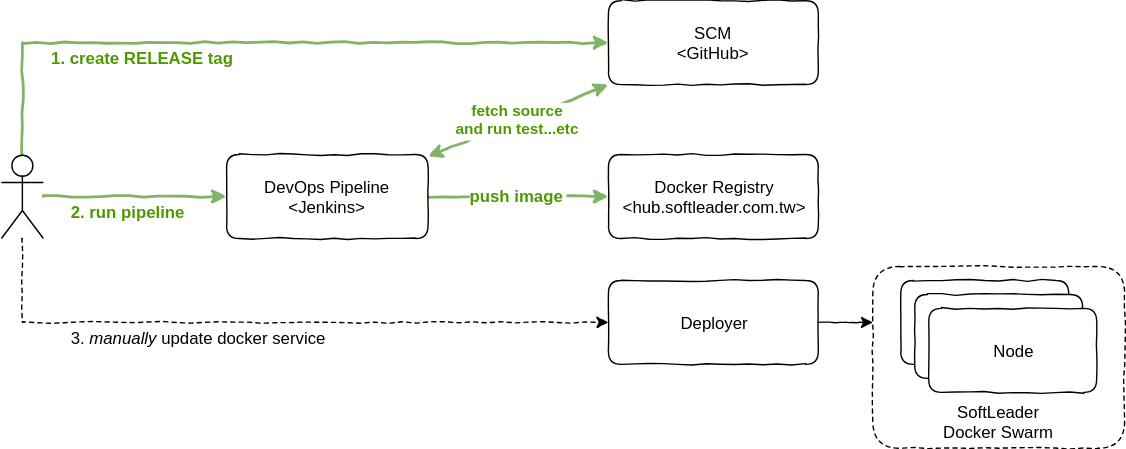
This is docs/command-release.svg from softleader/s2i, a draw.io export, as it was before one commit. Source tidied: cells renumbered, new cells last; positions are measured from the earlier drawing's top-left corner, leaving out a move shared by most shapes. Its diagram source:
```xml
<mxGraphModel>
  <root>
    <mxCell id="0" />
    <mxCell id="1" parent="0" />
    <mxCell id="2" style="rounded=0;jettySize=auto;entryX=0;entryY=0.5;entryDx=0;entryDy=0;fillColor=#d5e8d4;strokeColor=#82b366;strokeWidth=2;comic=1;" parent="1" edge="1" source="21" target="7">
      <mxGeometry relative="1" as="geometry" />
    </mxCell>
    <mxCell id="3" value="&lt;b&gt;&lt;font color=&quot;#4d9900&quot;&gt;2. run pipeline&lt;/font&gt;&lt;/b&gt;" style="text;html=1;align=center;verticalAlign=middle;labelBackgroundColor=#ffffff;" parent="2" vertex="1">
      <mxGeometry x="-0.08" relative="1" as="geometry">
        <mxPoint y="10" as="offset" />
      </mxGeometry>
    </mxCell>
    <mxCell id="4" value="fetch source&#10;and run test...etc" style="rounded=0;jettySize=auto;entryX=0;entryY=0.5;entryDx=0;entryDy=0;strokeWidth=2;startArrow=classic;startFill=1;fillColor=#d5e8d4;strokeColor=#82b366;comic=1;fontColor=#4D9900;fontStyle=1;" parent="1" edge="1" source="7">
      <mxGeometry relative="1" as="geometry">
        <mxPoint x="434" y="60" as="targetPoint" />
      </mxGeometry>
    </mxCell>
    <mxCell id="5" style="edgeStyle=none;rounded=0;jettySize=auto;startArrow=none;startFill=0;strokeWidth=2;fillColor=#d5e8d4;strokeColor=#82b366;comic=1;" parent="1" edge="1" source="7" target="9">
      <mxGeometry relative="1" as="geometry" />
    </mxCell>
    <mxCell id="6" value="push image" style="text;align=center;verticalAlign=middle;labelBackgroundColor=#ffffff;fontStyle=1;fontColor=#4D9900;" parent="5" vertex="1">
      <mxGeometry x="-0.3" y="3" relative="1" as="geometry">
        <mxPoint x="18" y="3" as="offset" />
      </mxGeometry>
    </mxCell>
    <mxCell id="7" value="DevOps Pipeline&#10;&lt;Jenkins&gt;" style="rounded=1;whiteSpace=wrap;comic=1;" parent="1" vertex="1">
      <mxGeometry x="161" y="110" width="144" height="60" as="geometry" />
    </mxCell>
    <mxCell id="8" value="SCM&#10;&lt;GitHub&gt;" style="rounded=1;whiteSpace=wrap;comic=1;" parent="1" vertex="1">
      <mxGeometry x="434" width="150" height="60" as="geometry" />
    </mxCell>
    <mxCell id="9" value="Docker Registry&#10;&lt;hub.softleader.com.tw&gt;" style="rounded=1;whiteSpace=wrap;comic=1;" parent="1" vertex="1">
      <mxGeometry x="434" y="110" width="150" height="60" as="geometry" />
    </mxCell>
    <mxCell id="10" style="edgeStyle=orthogonalEdgeStyle;rounded=0;jettySize=auto;entryX=0;entryY=0.308;entryDx=0;entryDy=0;entryPerimeter=0;comic=1;" parent="1" edge="1" source="11" target="13">
      <mxGeometry relative="1" as="geometry" />
    </mxCell>
    <mxCell id="11" value="Deployer" style="rounded=1;whiteSpace=wrap;comic=1;" parent="1" vertex="1">
      <mxGeometry x="434" y="200" width="150" height="60" as="geometry" />
    </mxCell>
    <mxCell id="12" style="group;" parent="1" vertex="1">
      <mxGeometry x="623" y="190" width="180" height="130" as="geometry" />
    </mxCell>
    <mxCell id="13" value="SoftLeader &#10;Docker Swarm" style="rounded=1;dashed=1;verticalAlign=bottom;comic=1;" parent="12" vertex="1">
      <mxGeometry width="180" height="130" as="geometry" />
    </mxCell>
    <mxCell id="14" value="Node" style="rounded=1;whiteSpace=wrap;comic=1;" parent="12" vertex="1">
      <mxGeometry x="20" y="10" width="120" height="60" as="geometry" />
    </mxCell>
    <mxCell id="15" value="Node" style="rounded=1;whiteSpace=wrap;comic=1;" parent="12" vertex="1">
      <mxGeometry x="30" y="20" width="120" height="60" as="geometry" />
    </mxCell>
    <mxCell id="16" value="Node" style="rounded=1;whiteSpace=wrap;comic=1;" parent="12" vertex="1">
      <mxGeometry x="40" y="30" width="120" height="60" as="geometry" />
    </mxCell>
    <mxCell id="17" style="rounded=0;jettySize=auto;entryX=0;entryY=0.5;entryDx=0;entryDy=0;fillColor=#d5e8d4;strokeColor=#82b366;strokeWidth=2;comic=1;edgeStyle=orthogonalEdgeStyle;exitX=0.5;exitY=0;exitDx=0;exitDy=0;exitPerimeter=0;" parent="1" edge="1" source="21" target="8">
      <mxGeometry relative="1" as="geometry">
        <Array as="points">
          <mxPoint x="15" y="30" />
        </Array>
      </mxGeometry>
    </mxCell>
    <mxCell id="18" value="&lt;b&gt;&lt;font color=&quot;#4d9900&quot;&gt;1. create RELEASE tag&lt;/font&gt;&lt;/b&gt;" style="text;html=1;align=center;verticalAlign=middle;labelBackgroundColor=#ffffff;" parent="17" vertex="1">
      <mxGeometry x="-0.35" y="-67" relative="1" as="geometry">
        <mxPoint x="3" y="-57" as="offset" />
      </mxGeometry>
    </mxCell>
    <mxCell id="19" style="edgeStyle=orthogonalEdgeStyle;rounded=0;comic=1;jettySize=auto;html=0;entryX=0;entryY=0.5;entryDx=0;entryDy=0;startArrow=none;startFill=0;strokeWidth=1;fontColor=#4D9900;dashed=1;" parent="1" edge="1" source="21" target="11">
      <mxGeometry relative="1" as="geometry">
        <Array as="points">
          <mxPoint x="15" y="230" />
        </Array>
      </mxGeometry>
    </mxCell>
    <mxCell id="20" value="&lt;font color=&quot;#000000&quot;&gt;3. &lt;i&gt;manually&lt;/i&gt; update docker service&lt;/font&gt;" style="text;html=1;align=center;verticalAlign=middle;labelBackgroundColor=#ffffff;fontColor=#4D9900;" parent="19" vertex="1">
      <mxGeometry x="-0.35" y="-1" relative="1" as="geometry">
        <mxPoint x="29" y="9" as="offset" />
      </mxGeometry>
    </mxCell>
    <mxCell id="21" style="shape=umlActor;verticalLabelPosition=bottom;labelBackgroundColor=#ffffff;verticalAlign=top;outlineConnect=0;" parent="1" vertex="1">
      <mxGeometry y="110" width="30" height="60" as="geometry" />
    </mxCell>
  </root>
</mxGraphModel>
```
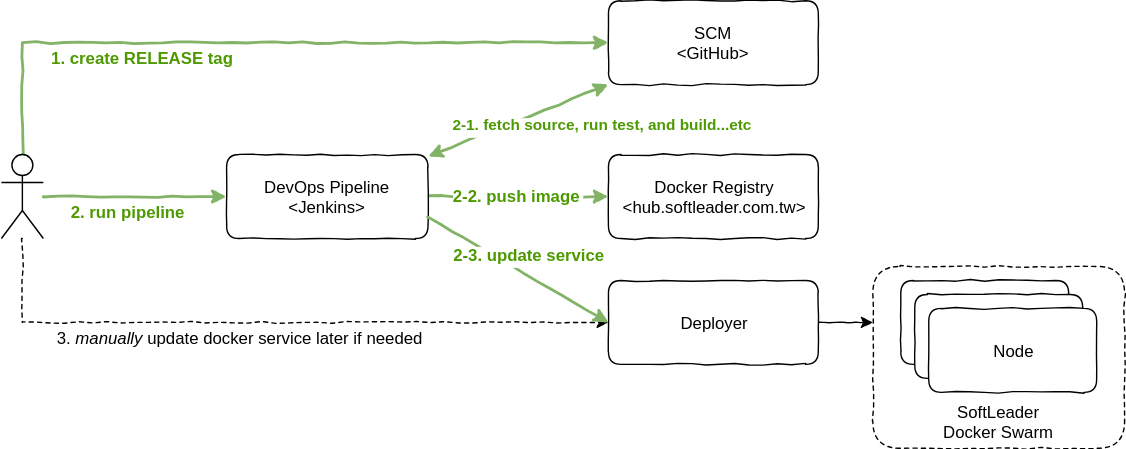
The same diagram one commit later.

Change to the diagram source:
```diff
@@ -10,15 +10,15 @@
         <mxPoint y="10" as="offset" />
       </mxGeometry>
     </mxCell>
-    <mxCell id="4" value="fetch source&#10;and run test...etc" style="rounded=0;jettySize=auto;entryX=0;entryY=0.5;entryDx=0;entryDy=0;strokeWidth=2;startArrow=classic;startFill=1;fillColor=#d5e8d4;strokeColor=#82b366;comic=1;fontColor=#4D9900;fontStyle=1;" parent="1" edge="1" source="7">
-      <mxGeometry relative="1" as="geometry">
+    <mxCell id="4" value="2-1. fetch source, run test, and build...etc" style="rounded=0;jettySize=auto;entryX=0;entryY=0.5;entryDx=0;entryDy=0;strokeWidth=2;startArrow=classic;startFill=1;fillColor=#d5e8d4;strokeColor=#82b366;comic=1;fontColor=#4D9900;fontStyle=1;" parent="1" edge="1" source="7">
+      <mxGeometry x="0.79" y="-26" relative="1" as="geometry">
         <mxPoint x="434" y="60" as="targetPoint" />
       </mxGeometry>
     </mxCell>
     <mxCell id="5" style="edgeStyle=none;rounded=0;jettySize=auto;startArrow=none;startFill=0;strokeWidth=2;fillColor=#d5e8d4;strokeColor=#82b366;comic=1;" parent="1" edge="1" source="7" target="9">
       <mxGeometry relative="1" as="geometry" />
     </mxCell>
-    <mxCell id="6" value="push image" style="text;align=center;verticalAlign=middle;labelBackgroundColor=#ffffff;fontStyle=1;fontColor=#4D9900;" parent="5" vertex="1">
+    <mxCell id="6" value="2-2. push image" style="text;align=center;verticalAlign=middle;labelBackgroundColor=#ffffff;fontStyle=1;fontColor=#4D9900;" parent="5" vertex="1">
       <mxGeometry x="-0.3" y="3" relative="1" as="geometry">
         <mxPoint x="18" y="3" as="offset" />
       </mxGeometry>
@@ -72,13 +72,21 @@
         </Array>
       </mxGeometry>
     </mxCell>
-    <mxCell id="20" value="&lt;font color=&quot;#000000&quot;&gt;3. &lt;i&gt;manually&lt;/i&gt; update docker service&lt;/font&gt;" style="text;html=1;align=center;verticalAlign=middle;labelBackgroundColor=#ffffff;fontColor=#4D9900;" parent="19" vertex="1">
+    <mxCell id="20" value="&lt;font color=&quot;#000000&quot;&gt;3. &lt;i&gt;manually&lt;/i&gt; update docker service later if needed&lt;/font&gt;" style="text;html=1;align=center;verticalAlign=middle;labelBackgroundColor=#ffffff;fontColor=#4D9900;" parent="19" vertex="1">
       <mxGeometry x="-0.35" y="-1" relative="1" as="geometry">
-        <mxPoint x="29" y="9" as="offset" />
+        <mxPoint x="59" y="9" as="offset" />
       </mxGeometry>
     </mxCell>
     <mxCell id="21" style="shape=umlActor;verticalLabelPosition=bottom;labelBackgroundColor=#ffffff;verticalAlign=top;outlineConnect=0;" parent="1" vertex="1">
       <mxGeometry y="110" width="30" height="60" as="geometry" />
     </mxCell>
+    <mxCell id="22" style="edgeStyle=none;rounded=0;jettySize=auto;startArrow=none;startFill=0;strokeWidth=2;fillColor=#d5e8d4;strokeColor=#82b366;comic=1;entryX=0;entryY=0.5;entryDx=0;entryDy=0;exitX=1;exitY=0.75;exitDx=0;exitDy=0;" parent="1" edge="1" source="7" target="11">
+      <mxGeometry relative="1" as="geometry" />
+    </mxCell>
+    <mxCell id="23" value="2-3. update service" style="text;align=center;verticalAlign=middle;labelBackgroundColor=#ffffff;fontStyle=1;fontColor=#4D9900;" parent="22" vertex="1">
+      <mxGeometry x="-0.3" y="3" relative="1" as="geometry">
+        <mxPoint x="25.5" y="3.5" as="offset" />
+      </mxGeometry>
+    </mxCell>
   </root>
 </mxGraphModel>
```
